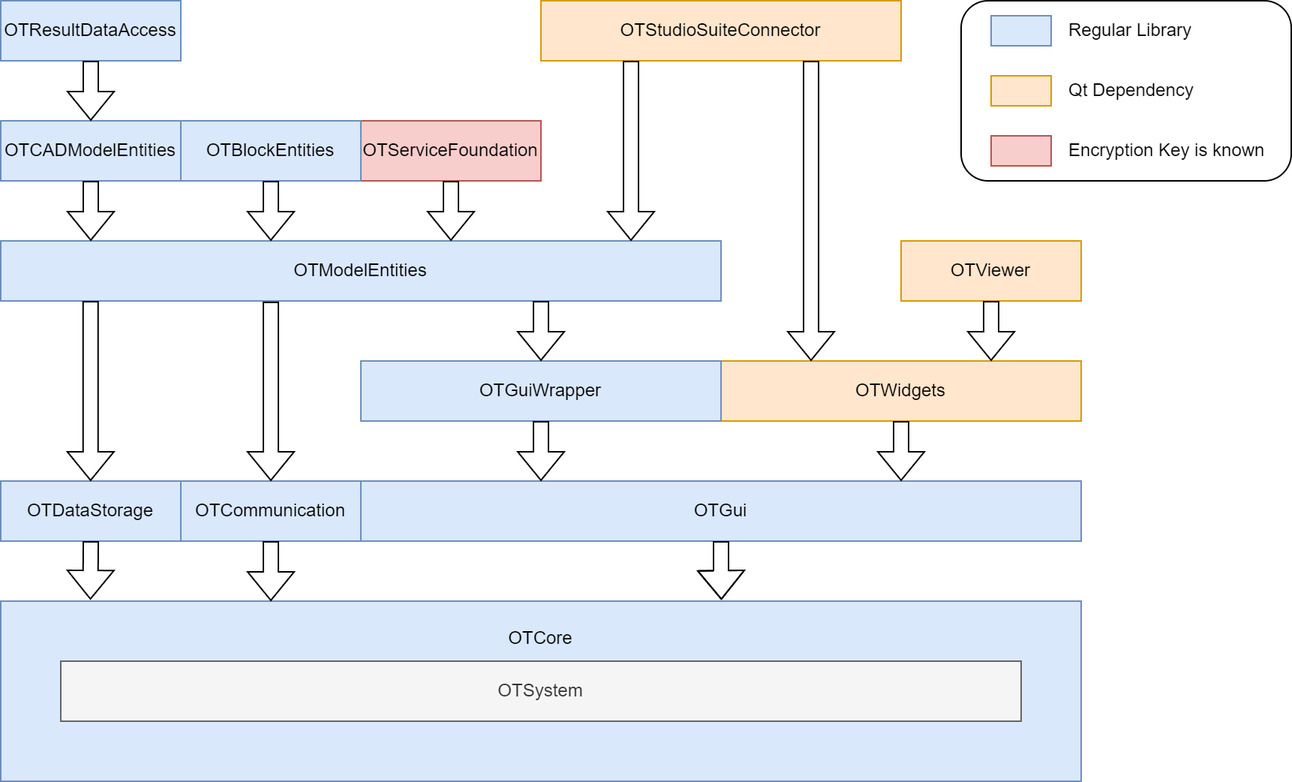
This is Documentation/Developer/general_concepts/images/opentwin_library_layers.png from OT-OpenTwin/OpenTwin, a draw.io export, as it was before one commit. Source tidied: cells renumbered, new cells last; positions are measured from the earlier drawing's top-left corner, leaving out a move shared by most shapes.
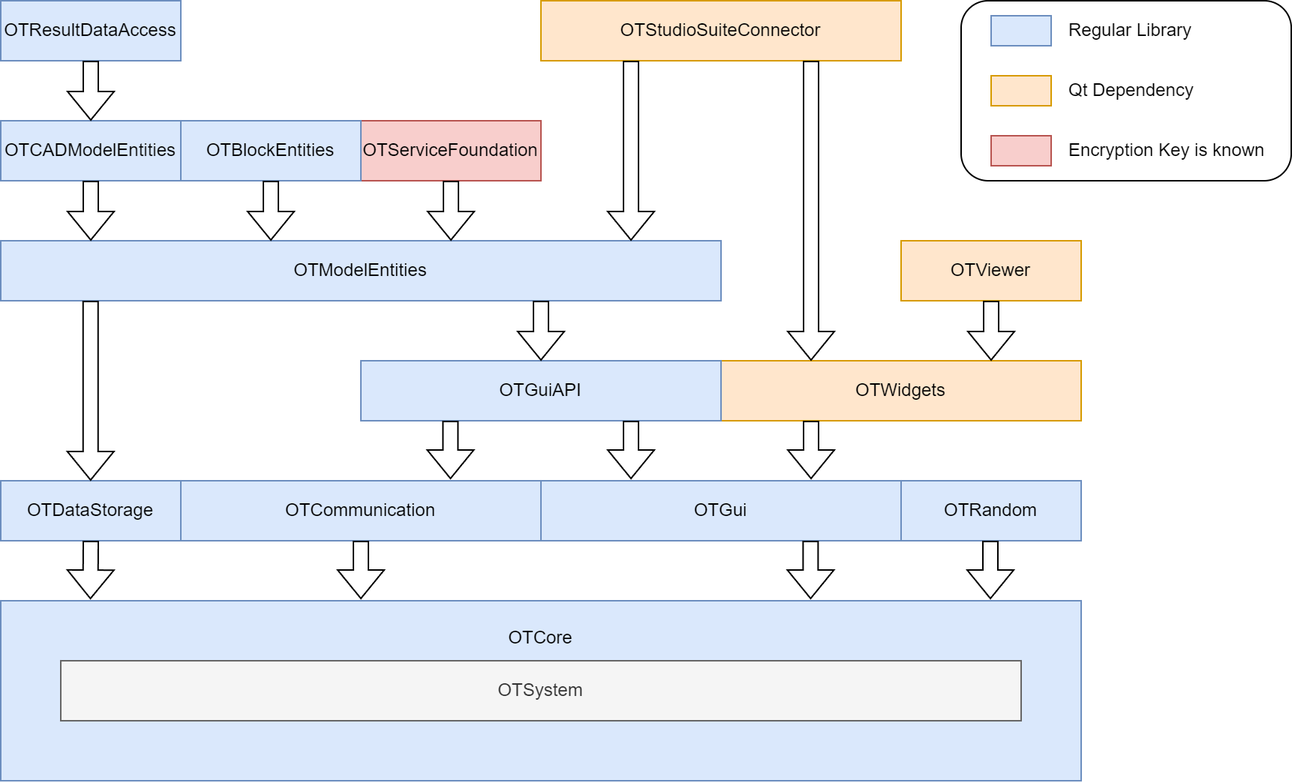
Later version of the same file.

Change to the diagram source:
```diff
@@ -12,16 +12,16 @@
       <mxGeometry x="330" y="410" width="60" height="30" as="geometry" />
     </mxCell>
     <mxCell id="5" value="OTGui" style="rounded=0;whiteSpace=wrap;html=1;fillColor=#dae8fc;strokeColor=#6c8ebf;" parent="1" vertex="1">
-      <mxGeometry x="240" y="320" width="480" height="40" as="geometry" />
+      <mxGeometry x="360" y="320" width="240" height="40" as="geometry" />
     </mxCell>
     <mxCell id="6" value="OTWidgets" style="rounded=0;whiteSpace=wrap;html=1;fillColor=#ffe6cc;strokeColor=#d79b00;" parent="1" vertex="1">
       <mxGeometry x="480" y="240" width="240" height="40" as="geometry" />
     </mxCell>
-    <mxCell id="7" value="OTGuiWrapper" style="rounded=0;whiteSpace=wrap;html=1;fillColor=#dae8fc;strokeColor=#6c8ebf;" parent="1" vertex="1">
+    <mxCell id="7" value="OTGuiAPI" style="rounded=0;whiteSpace=wrap;html=1;fillColor=#dae8fc;strokeColor=#6c8ebf;" parent="1" vertex="1">
       <mxGeometry x="240" y="240" width="240" height="40" as="geometry" />
     </mxCell>
     <mxCell id="8" value="OTCommunication" style="rounded=0;whiteSpace=wrap;html=1;fillColor=#dae8fc;strokeColor=#6c8ebf;" parent="1" vertex="1">
-      <mxGeometry x="120" y="320" width="120" height="40" as="geometry" />
+      <mxGeometry x="120" y="320" width="240" height="40" as="geometry" />
     </mxCell>
     <mxCell id="9" value="OTServiceFoundation" style="rounded=0;whiteSpace=wrap;html=1;fillColor=#f8cecc;strokeColor=#b85450;" parent="1" vertex="1">
       <mxGeometry x="240" y="80" width="120" height="40" as="geometry" />
@@ -47,24 +47,6 @@
     <mxCell id="16" value="OTViewer" style="rounded=0;whiteSpace=wrap;html=1;fillColor=#ffe6cc;strokeColor=#d79b00;" parent="1" vertex="1">
       <mxGeometry x="600" y="160" width="120" height="40" as="geometry" />
     </mxCell>
-    <mxCell id="17" style="shape=flexArrow;endArrow=classic;html=1;rounded=0;exitX=0.5;exitY=1;exitDx=0;exitDy=0;entryX=0.667;entryY=-0.007;entryDx=0;entryDy=0;entryPerimeter=0;" parent="1" edge="1" source="5" target="2">
-      <mxGeometry relative="1" as="geometry">
-        <Array as="points">
-          <mxPoint x="480" y="380" />
-        </Array>
-      </mxGeometry>
-    </mxCell>
-    <mxCell id="18" style="shape=flexArrow;endArrow=classic;html=1;rounded=0;exitX=0.5;exitY=1;exitDx=0;exitDy=0;" parent="1" edge="1" source="8">
-      <mxGeometry relative="1" as="geometry">
-        <mxPoint x="180" y="400" as="targetPoint" />
-      </mxGeometry>
-    </mxCell>
-    <mxCell id="19" style="shape=flexArrow;endArrow=classic;html=1;rounded=0;exitX=0.5;exitY=1;exitDx=0;exitDy=0;entryX=0.25;entryY=0;entryDx=0;entryDy=0;" parent="1" edge="1" source="7" target="5">
-      <mxGeometry relative="1" as="geometry" />
-    </mxCell>
-    <mxCell id="20" style="shape=flexArrow;endArrow=classic;html=1;rounded=0;exitX=0.5;exitY=1;exitDx=0;exitDy=0;entryX=0.75;entryY=0;entryDx=0;entryDy=0;" parent="1" edge="1" source="6" target="5">
-      <mxGeometry relative="1" as="geometry" />
-    </mxCell>
     <mxCell id="21" style="shape=flexArrow;endArrow=classic;html=1;rounded=0;exitX=0.5;exitY=1;exitDx=0;exitDy=0;entryX=0.75;entryY=0;entryDx=0;entryDy=0;" parent="1" edge="1" source="16" target="6">
       <mxGeometry relative="1" as="geometry" />
     </mxCell>
@@ -121,14 +103,50 @@
     <mxCell id="36" value="Regular Library" style="text;html=1;align=left;verticalAlign=middle;whiteSpace=wrap;rounded=0;" parent="1" vertex="1">
       <mxGeometry x="710" y="5" width="100" height="30" as="geometry" />
     </mxCell>
-    <mxCell id="37" style="shape=flexArrow;endArrow=classic;html=1;rounded=0;exitX=0.375;exitY=1.011;exitDx=0;exitDy=0;exitPerimeter=0;entryX=0.5;entryY=0;entryDx=0;entryDy=0;" parent="1" edge="1" source="10" target="8">
-      <mxGeometry relative="1" as="geometry" />
-    </mxCell>
     <mxCell id="38" style="shape=flexArrow;endArrow=classic;html=1;rounded=0;exitX=0.375;exitY=1.011;exitDx=0;exitDy=0;exitPerimeter=0;entryX=0.5;entryY=0;entryDx=0;entryDy=0;" parent="1" edge="1">
       <mxGeometry relative="1" as="geometry">
         <mxPoint x="59.9" y="200" as="sourcePoint" />
         <mxPoint x="59.9" y="320" as="targetPoint" />
       </mxGeometry>
     </mxCell>
+    <mxCell id="39" style="shape=flexArrow;endArrow=classic;html=1;rounded=0;exitX=0.5;exitY=1;exitDx=0;exitDy=0;entryX=0.668;entryY=-0.03;entryDx=0;entryDy=0;entryPerimeter=0;" parent="1" edge="1">
+      <mxGeometry relative="1" as="geometry">
+        <mxPoint x="420" y="280" as="sourcePoint" />
+        <mxPoint x="420" y="319" as="targetPoint" />
+      </mxGeometry>
+    </mxCell>
+    <mxCell id="40" style="shape=flexArrow;endArrow=classic;html=1;rounded=0;exitX=0.5;exitY=1;exitDx=0;exitDy=0;entryX=0.668;entryY=-0.03;entryDx=0;entryDy=0;entryPerimeter=0;" parent="1" edge="1">
+      <mxGeometry relative="1" as="geometry">
+        <mxPoint x="299.7" y="280" as="sourcePoint" />
+        <mxPoint x="299.7" y="319" as="targetPoint" />
+      </mxGeometry>
+    </mxCell>
+    <mxCell id="41" style="shape=flexArrow;endArrow=classic;html=1;rounded=0;exitX=0.5;exitY=1;exitDx=0;exitDy=0;entryX=0.083;entryY=-0.008;entryDx=0;entryDy=0;entryPerimeter=0;" parent="1" edge="1">
+      <mxGeometry relative="1" as="geometry">
+        <mxPoint x="240" y="360" as="sourcePoint" />
+        <mxPoint x="240" y="399" as="targetPoint" />
+      </mxGeometry>
+    </mxCell>
+    <mxCell id="42" style="shape=flexArrow;endArrow=classic;html=1;rounded=0;exitX=0.5;exitY=1;exitDx=0;exitDy=0;entryX=0.083;entryY=-0.008;entryDx=0;entryDy=0;entryPerimeter=0;" parent="1" edge="1">
+      <mxGeometry relative="1" as="geometry">
+        <mxPoint x="539.7" y="360" as="sourcePoint" />
+        <mxPoint x="539.7" y="399" as="targetPoint" />
+      </mxGeometry>
+    </mxCell>
+    <mxCell id="43" style="shape=flexArrow;endArrow=classic;html=1;rounded=0;exitX=0.5;exitY=1;exitDx=0;exitDy=0;entryX=0.668;entryY=-0.03;entryDx=0;entryDy=0;entryPerimeter=0;" parent="1" edge="1">
+      <mxGeometry relative="1" as="geometry">
+        <mxPoint x="540" y="280" as="sourcePoint" />
+        <mxPoint x="540" y="319" as="targetPoint" />
+      </mxGeometry>
+    </mxCell>
+    <mxCell id="44" value="OTRandom" style="rounded=0;whiteSpace=wrap;html=1;fillColor=#dae8fc;strokeColor=#6c8ebf;" parent="1" vertex="1">
+      <mxGeometry x="600" y="320" width="120" height="40" as="geometry" />
+    </mxCell>
+    <mxCell id="45" style="shape=flexArrow;endArrow=classic;html=1;rounded=0;exitX=0.5;exitY=1;exitDx=0;exitDy=0;entryX=0.083;entryY=-0.008;entryDx=0;entryDy=0;entryPerimeter=0;" parent="1" edge="1">
+      <mxGeometry relative="1" as="geometry">
+        <mxPoint x="659.5" y="360" as="sourcePoint" />
+        <mxPoint x="659.5" y="399" as="targetPoint" />
+      </mxGeometry>
+    </mxCell>
   </root>
 </mxGraphModel>
```
